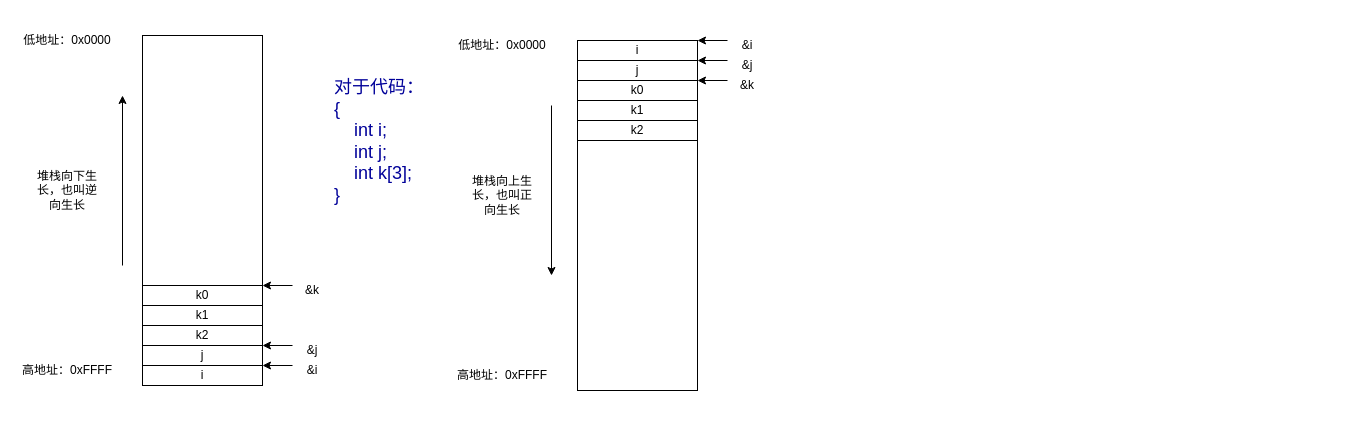
Before: page "内存模型" (1 of 4) of docs/docs.drawio in dreaminglwj/willingOS, a draw.io diagram. Source tidied: cells renumbered, new cells numbered last; positions are measured from the earlier drawing's top-left corner, leaving out a move shared by most shapes. Both pictures are drawn from the tidied source at 100%, with x=0, y=0 at pixel (17, 25).
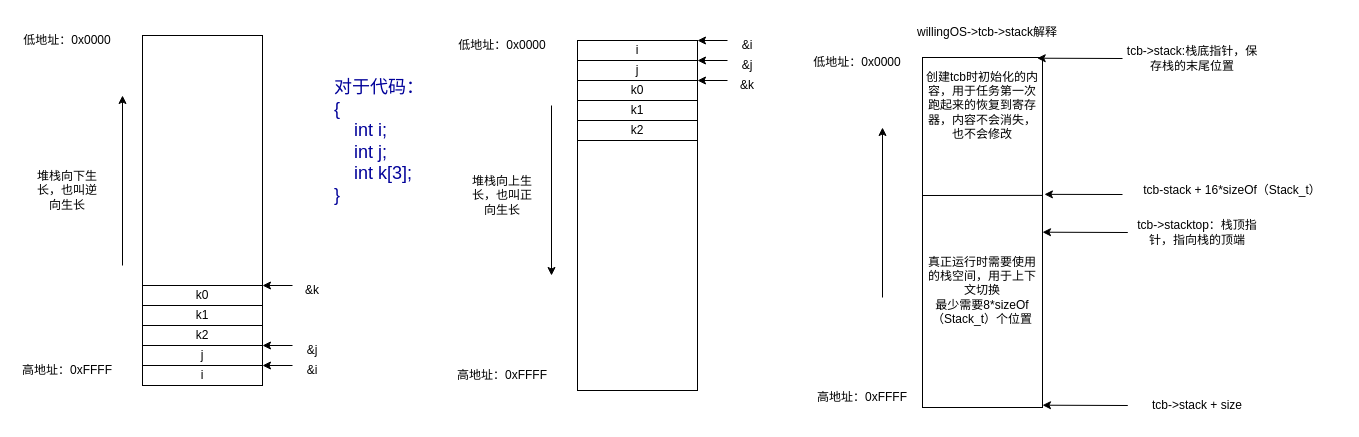
Above is the later version.

The edit, as a diff of the source:
```diff
@@
+    <mxCell id="35" style="rounded=0;whiteSpace=wrap;html=1;" parent="1" vertex="1">
+      <mxGeometry x="905" y="32" width="120" height="350" as="geometry" />
+    </mxCell>
+    <mxCell id="36" value="低地址：0x0000" style="text;html=1;strokeColor=none;fillColor=none;align=center;verticalAlign=middle;whiteSpace=wrap;rounded=0;" parent="1" vertex="1">
+      <mxGeometry x="795" y="22" width="90" height="30" as="geometry" />
+    </mxCell>
+    <mxCell id="37" value="高地址：0xFFFF" style="text;html=1;strokeColor=none;fillColor=none;align=center;verticalAlign=middle;whiteSpace=wrap;rounded=0;" parent="1" vertex="1">
+      <mxGeometry x="795" y="357" width="100" height="30" as="geometry" />
+    </mxCell>
+    <mxCell id="38" style="endArrow=classic;html=1;rounded=0;" parent="1" edge="1">
+      <mxGeometry relative="1" as="geometry">
+        <mxPoint x="865" y="272" as="sourcePoint" />
+        <mxPoint x="865" y="102" as="targetPoint" />
+      </mxGeometry>
+    </mxCell>
+    <mxCell id="39" value="willingOS-&amp;gt;tcb-&amp;gt;stack解释" style="text;html=1;strokeColor=none;fillColor=none;align=center;verticalAlign=middle;whiteSpace=wrap;rounded=0;" parent="1" vertex="1">
+      <mxGeometry x="895" y="-8" width="150" height="30" as="geometry" />
+    </mxCell>
+    <mxCell id="40" value="tcb-&amp;gt;stack:栈底指针，保存栈的末尾位置" style="text;html=1;strokeColor=none;fillColor=none;align=center;verticalAlign=middle;whiteSpace=wrap;rounded=0;" parent="1" vertex="1">
+      <mxGeometry x="1105" y="18" width="140" height="30" as="geometry" />
+    </mxCell>
+    <mxCell id="41" style="endArrow=classic;html=1;rounded=0;exitX=0;exitY=0.5;exitDx=0;exitDy=0;entryX=0.956;entryY=0.002;entryDx=0;entryDy=0;entryPerimeter=0;" parent="1" edge="1" source="40" target="35">
+      <mxGeometry relative="1" as="geometry" />
+    </mxCell>
+    <mxCell id="42" value="tcb-&amp;gt;stacktop：栈顶指针，指向栈的顶端" style="text;html=1;strokeColor=none;fillColor=none;align=center;verticalAlign=middle;whiteSpace=wrap;rounded=0;" parent="1" vertex="1">
+      <mxGeometry x="1110.3" y="192" width="140" height="30" as="geometry" />
+    </mxCell>
+    <mxCell id="43" style="endArrow=classic;html=1;rounded=0;exitX=0;exitY=0.5;exitDx=0;exitDy=0;entryX=0.956;entryY=0.002;entryDx=0;entryDy=0;entryPerimeter=0;" parent="1" edge="1" source="42">
+      <mxGeometry relative="1" as="geometry">
+        <mxPoint x="1025" y="206.7" as="targetPoint" />
+      </mxGeometry>
+    </mxCell>
+    <mxCell id="44" value="tcb-&amp;gt;stack + size" style="text;html=1;strokeColor=none;fillColor=none;align=center;verticalAlign=middle;whiteSpace=wrap;rounded=0;" parent="1" vertex="1">
+      <mxGeometry x="1110.3" y="365" width="140" height="30" as="geometry" />
+    </mxCell>
+    <mxCell id="45" style="endArrow=classic;html=1;rounded=0;exitX=0;exitY=0.5;exitDx=0;exitDy=0;entryX=0.956;entryY=0.002;entryDx=0;entryDy=0;entryPerimeter=0;" parent="1" edge="1" source="44">
+      <mxGeometry relative="1" as="geometry">
+        <mxPoint x="1025" y="379.7" as="targetPoint" />
+      </mxGeometry>
+    </mxCell>
+    <mxCell id="46" style="endArrow=none;html=1;rounded=0;entryX=1;entryY=0.394;entryDx=0;entryDy=0;entryPerimeter=0;" parent="1" edge="1" target="35">
+      <mxGeometry relative="1" as="geometry">
+        <mxPoint x="905" y="170" as="sourcePoint" />
+      </mxGeometry>
+    </mxCell>
+    <mxCell id="47" style="endArrow=classic;html=1;rounded=0;entryX=1.016;entryY=0.391;entryDx=0;entryDy=0;entryPerimeter=0;" parent="1" edge="1" target="35">
+      <mxGeometry relative="1" as="geometry">
+        <mxPoint x="1105" y="169" as="sourcePoint" />
+      </mxGeometry>
+    </mxCell>
+    <mxCell id="48" value="tcb-stack + 16*sizeOf（Stack_t）" style="text;html=1;strokeColor=none;fillColor=none;align=center;verticalAlign=middle;whiteSpace=wrap;rounded=0;" parent="1" vertex="1">
+      <mxGeometry x="1105" y="150" width="220" height="30" as="geometry" />
+    </mxCell>
+    <mxCell id="49" value="创建tcb时初始化的内容，用于任务第一次跑起来的恢复到寄存器，内容不会消失，也不会修改" style="text;html=1;strokeColor=none;fillColor=none;align=center;verticalAlign=middle;whiteSpace=wrap;rounded=0;" parent="1" vertex="1">
+      <mxGeometry x="905" y="35" width="120" height="90" as="geometry" />
+    </mxCell>
+    <mxCell id="50" value="真正运行时需要使用的栈空间，用于上下文切换&lt;br&gt;最少需要8*sizeOf（Stack_t）个位置" style="text;html=1;strokeColor=none;fillColor=none;align=center;verticalAlign=middle;whiteSpace=wrap;rounded=0;" parent="1" vertex="1">
+      <mxGeometry x="905" y="220" width="120" height="90" as="geometry" />
+    </mxCell>
```
